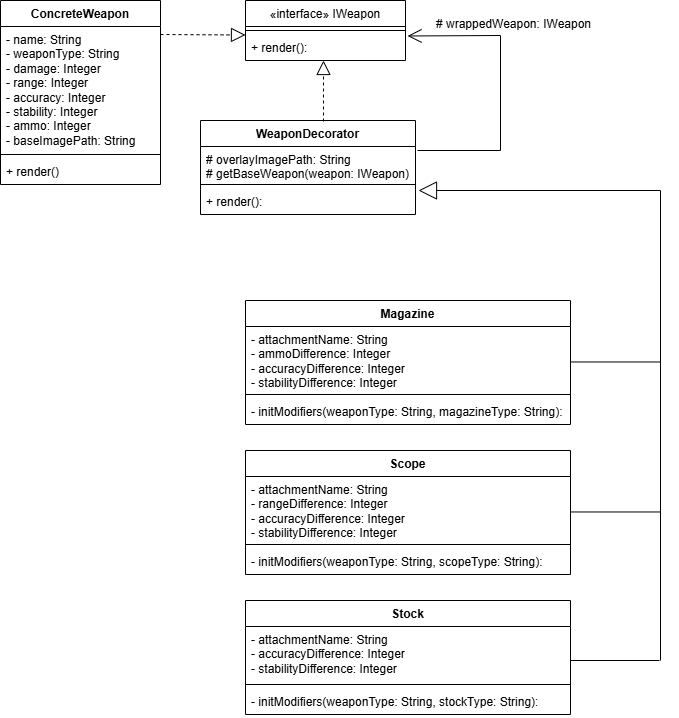
The draw.io diagram lab02/ClassDiagram.png in eksbatuk/Object-oriented-analysis-and-design-2, before a commit. Source tidied: cells renumbered, new cells last; positions are measured from the earlier drawing's top-left corner, leaving out a move shared by most shapes.
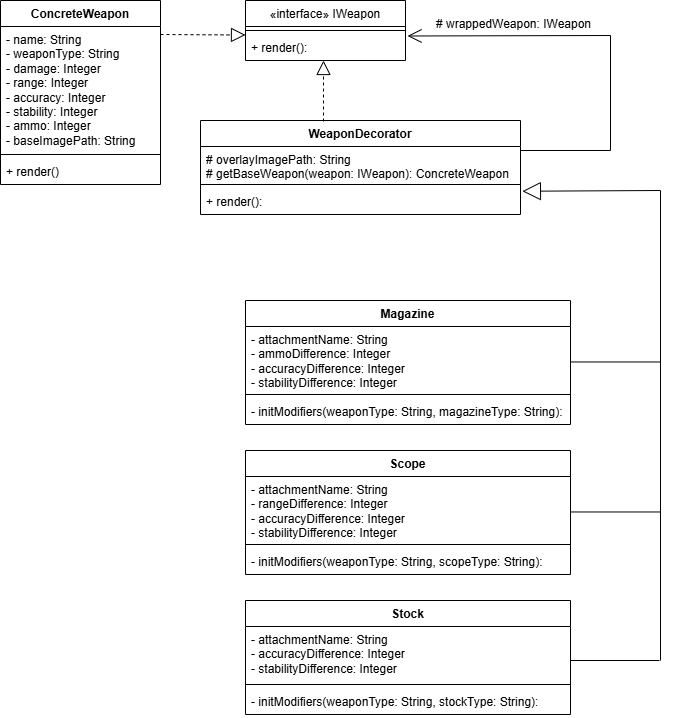
The same file after the commit.

The edit, as a diff of the source:
```diff
@@ -27,16 +27,16 @@
       <mxGeometry x="328" y="254" width="50" height="30" as="geometry" />
     </mxCell>
     <mxCell id="10" value="WeaponDecorator" style="swimlane;fontStyle=1;align=center;verticalAlign=top;horizontal=1;startSize=26;whiteSpace=wrap;html=1;" parent="1" vertex="1">
-      <mxGeometry x="200" y="120" width="215" height="94" as="geometry" />
+      <mxGeometry x="200" y="120" width="320" height="94" as="geometry" />
     </mxCell>
-    <mxCell id="11" value="&lt;div&gt;# overlayImagePath: String&lt;/div&gt;&lt;div&gt;# getBaseWeapon(weapon: IWeapon)&lt;/div&gt;" style="text;strokeColor=none;fillColor=none;align=left;verticalAlign=top;spacingLeft=4;spacingRight=4;overflow=hidden;whiteSpace=wrap;html=1;" parent="10" vertex="1">
-      <mxGeometry y="26" width="215" height="34" as="geometry" />
+    <mxCell id="11" value="&lt;div&gt;# overlayImagePath: String&lt;/div&gt;&lt;div&gt;# getBaseWeapon(weapon: IWeapon): ConcreteWeapon&lt;/div&gt;" style="text;strokeColor=none;fillColor=none;align=left;verticalAlign=top;spacingLeft=4;spacingRight=4;overflow=hidden;whiteSpace=wrap;html=1;" parent="10" vertex="1">
+      <mxGeometry y="26" width="320" height="34" as="geometry" />
     </mxCell>
     <mxCell id="12" style="line;strokeWidth=1;fillColor=none;align=left;verticalAlign=middle;spacingTop=-1;spacingLeft=3;spacingRight=3;labelPosition=right;strokeColor=inherit;" parent="10" vertex="1">
-      <mxGeometry y="60" width="215" height="8" as="geometry" />
+      <mxGeometry y="60" width="320" height="8" as="geometry" />
     </mxCell>
     <mxCell id="13" value="+ render():" style="text;strokeColor=none;fillColor=none;align=left;verticalAlign=top;spacingLeft=4;spacingRight=4;overflow=hidden;points=[[0,0.5],[1,0.5]];portConstraint=eastwest;whiteSpace=wrap;html=1;" parent="10" vertex="1">
-      <mxGeometry y="68" width="215" height="26" as="geometry" />
+      <mxGeometry y="68" width="320" height="26" as="geometry" />
     </mxCell>
     <mxCell id="14" value="Magazine" style="swimlane;fontStyle=1;align=center;verticalAlign=top;horizontal=1;startSize=26;whiteSpace=wrap;html=1;" parent="1" vertex="1">
       <mxGeometry x="245" y="300" width="325" height="124" as="geometry" />
@@ -80,10 +80,9 @@
     <mxCell id="26" value="- initModifiers(weaponType: String, stockType: String):" style="text;strokeColor=none;fillColor=none;align=left;verticalAlign=top;spacingLeft=4;spacingRight=4;overflow=hidden;whiteSpace=wrap;html=1;" parent="23" vertex="1">
       <mxGeometry y="88" width="325" height="26" as="geometry" />
     </mxCell>
-    <mxCell id="27" style="endArrow=block;endSize=16;endFill=0;html=1;rounded=0;" parent="1" edge="1">
+    <mxCell id="27" style="endArrow=block;endSize=16;endFill=0;html=1;rounded=0;entryX=1.006;entryY=0.105;entryDx=0;entryDy=0;entryPerimeter=0;" parent="1" edge="1" target="13">
       <mxGeometry relative="1" as="geometry">
         <mxPoint x="660" y="660" as="sourcePoint" />
-        <mxPoint x="418" y="190" as="targetPoint" />
         <Array as="points">
           <mxPoint x="660" y="190" />
         </Array>
@@ -109,10 +108,10 @@
     </mxCell>
     <mxCell id="31" style="endArrow=open;endFill=1;endSize=12;html=1;rounded=0;entryX=1.013;entryY=0.057;entryDx=0;entryDy=0;entryPerimeter=0;" parent="1" edge="1" target="4">
       <mxGeometry relative="1" as="geometry">
-        <mxPoint x="417" y="150" as="sourcePoint" />
+        <mxPoint x="520" y="150" as="sourcePoint" />
         <Array as="points">
-          <mxPoint x="500" y="150" />
-          <mxPoint x="500" y="35" />
+          <mxPoint x="610" y="150" />
+          <mxPoint x="610" y="35" />
         </Array>
       </mxGeometry>
     </mxCell>
```
